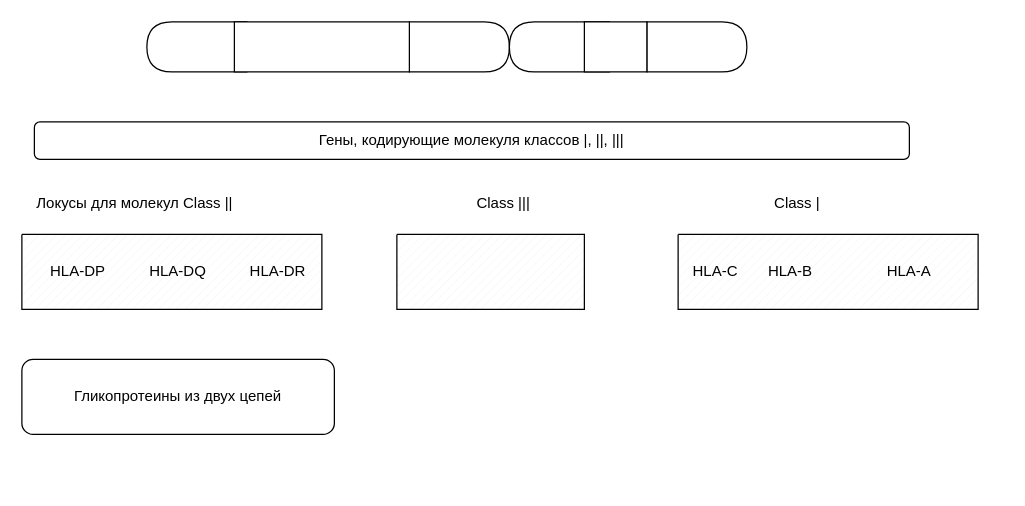
Before: HLA-cells.drawio in lissa3/menubar, a draw.io diagram. Source tidied: cells renumbered, new cells numbered last; positions are measured from the earlier drawing's top-left corner, leaving out a move shared by most shapes. Both pictures are drawn from the tidied source at 125%, with x=0, y=0 at pixel (21, 21).
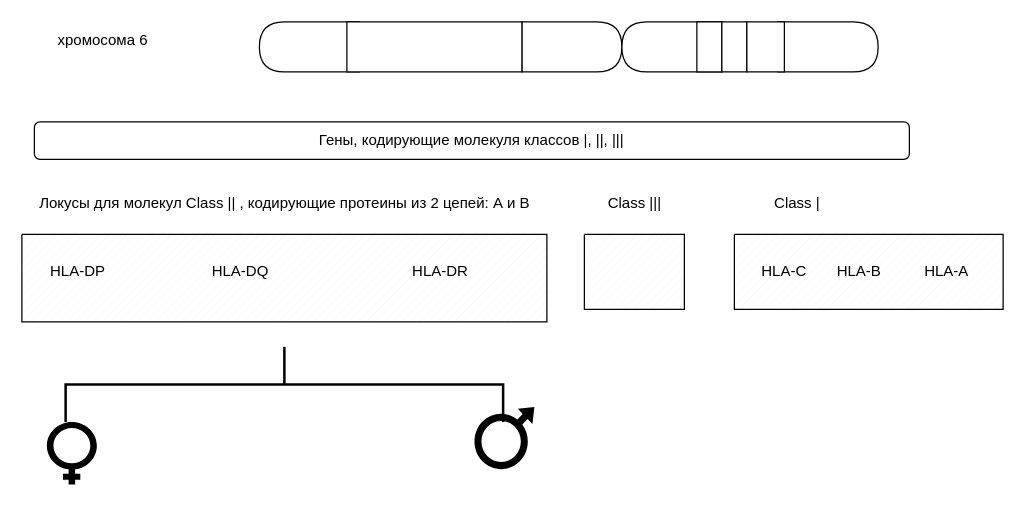
After the change.

The edit, as a diff of the source:
```diff
@@
-    <mxCell id="2" style="shape=delay;whiteSpace=wrap;html=1;" parent="1" vertex="1">
-      <mxGeometry x="310" width="80" height="40" as="geometry" />
-    </mxCell>
-    <mxCell id="3" style="shape=delay;whiteSpace=wrap;html=1;direction=west;" parent="1" vertex="1">
-      <mxGeometry x="100" width="80" height="40" as="geometry" />
-    </mxCell>
-    <mxCell id="4" style="verticalLabelPosition=bottom;verticalAlign=top;html=1;shape=mxgraph.basic.rect;fillColor2=none;strokeWidth=1;size=20;indent=5;" parent="1" vertex="1">
-      <mxGeometry x="170" width="140" height="40" as="geometry" />
-    </mxCell>
-    <mxCell id="5" style="shape=delay;whiteSpace=wrap;html=1;" parent="1" vertex="1">
-      <mxGeometry x="500" width="80" height="40" as="geometry" />
-    </mxCell>
-    <mxCell id="6" style="shape=delay;whiteSpace=wrap;html=1;direction=west;" parent="1" vertex="1">
-      <mxGeometry x="390" width="80" height="40" as="geometry" />
-    </mxCell>
-    <mxCell id="7" style="verticalLabelPosition=bottom;verticalAlign=top;html=1;shape=mxgraph.basic.rect;fillColor2=none;strokeWidth=1;size=20;indent=5;" parent="1" vertex="1">
-      <mxGeometry x="450" width="50" height="40" as="geometry" />
-    </mxCell>
     <mxCell id="8" style="verticalLabelPosition=bottom;verticalAlign=top;html=1;shape=mxgraph.basic.patternFillRect;fillStyle=diag;step=5;fillStrokeWidth=0.2;fillStrokeColor=#dddddd;" parent="1" vertex="1">
-      <mxGeometry y="170" width="240" height="60" as="geometry" />
+      <mxGeometry y="170" width="420" height="70" as="geometry" />
     </mxCell>
     <mxCell id="9" style="verticalLabelPosition=bottom;verticalAlign=top;html=1;shape=mxgraph.basic.patternFillRect;fillStyle=diag;step=5;fillStrokeWidth=0.2;fillStrokeColor=#dddddd;" parent="1" vertex="1">
-      <mxGeometry x="300" y="170" width="150" height="60" as="geometry" />
+      <mxGeometry x="450" y="170" width="80" height="60" as="geometry" />
     </mxCell>
     <mxCell id="10" style="verticalLabelPosition=bottom;verticalAlign=top;html=1;shape=mxgraph.basic.patternFillRect;fillStyle=diag;step=5;fillStrokeWidth=0.2;fillStrokeColor=#dddddd;" parent="1" vertex="1">
-      <mxGeometry x="525" y="170" width="240" height="60" as="geometry" />
+      <mxGeometry x="570" y="170" width="215" height="60" as="geometry" />
     </mxCell>
     <mxCell id="11" value="Class |||" style="text;html=1;align=center;verticalAlign=middle;strokeColor=none;fillColor=none;" parent="1" vertex="1">
-      <mxGeometry x="350" y="130" width="70" height="30" as="geometry" />
+      <mxGeometry x="455" y="130" width="70" height="30" as="geometry" />
     </mxCell>
@@
-    <mxCell id="13" value="Локусы для молекул Class ||" style="text;html=1;align=center;verticalAlign=middle;strokeColor=none;fillColor=none;" parent="1" vertex="1">
-      <mxGeometry y="130" width="180" height="30" as="geometry" />
+    <mxCell id="13" value="Локусы для молекул Class || , кодирующие протеины из 2 цепей: А и В" style="text;html=1;align=center;verticalAlign=middle;strokeColor=none;fillColor=none;" parent="1" vertex="1">
+      <mxGeometry y="130" width="420" height="30" as="geometry" />
     </mxCell>
@@
     <mxCell id="15" value="HLA-DQ" style="text;html=1;align=center;verticalAlign=middle;whiteSpace=wrap;rounded=0;" parent="1" vertex="1">
-      <mxGeometry x="90" y="185" width="70" height="30" as="geometry" />
+      <mxGeometry x="140" y="185" width="70" height="30" as="geometry" />
     </mxCell>
     <mxCell id="16" value="HLA-DR" style="text;html=1;align=center;verticalAlign=middle;whiteSpace=wrap;rounded=0;" parent="1" vertex="1">
-      <mxGeometry x="170" y="185" width="70" height="30" as="geometry" />
+      <mxGeometry x="300" y="185" width="70" height="30" as="geometry" />
     </mxCell>
     <mxCell id="17" value="HLA-C" style="text;html=1;align=center;verticalAlign=middle;whiteSpace=wrap;rounded=0;" parent="1" vertex="1">
-      <mxGeometry x="525" y="185" width="60" height="30" as="geometry" />
+      <mxGeometry x="580" y="185" width="60" height="30" as="geometry" />
     </mxCell>
     <mxCell id="18" value="HLA-B" style="text;html=1;align=center;verticalAlign=middle;whiteSpace=wrap;rounded=0;" parent="1" vertex="1">
-      <mxGeometry x="585" y="185" width="60" height="30" as="geometry" />
+      <mxGeometry x="640" y="185" width="60" height="30" as="geometry" />
     </mxCell>
     <mxCell id="19" value="HLA-A" style="text;html=1;align=center;verticalAlign=middle;whiteSpace=wrap;rounded=0;" parent="1" vertex="1">
-      <mxGeometry x="680" y="185" width="60" height="30" as="geometry" />
+      <mxGeometry x="710" y="185" width="60" height="30" as="geometry" />
     </mxCell>
@@
-    <mxCell id="21" value="Гликопротеины из двух цепей" style="rounded=1;whiteSpace=wrap;html=1;" parent="1" vertex="1">
-      <mxGeometry y="270" width="250" height="60" as="geometry" />
-    </mxCell>
+    <mxCell id="22" value="хромосома 6" style="text;html=1;align=center;verticalAlign=middle;whiteSpace=wrap;rounded=0;" parent="1" vertex="1">
+      <mxGeometry width="130" height="30" as="geometry" />
+    </mxCell>
+    <mxCell id="23" style="shape=delay;whiteSpace=wrap;html=1;" parent="1" vertex="1">
+      <mxGeometry x="400" width="80" height="40" as="geometry" />
+    </mxCell>
+    <mxCell id="24" style="shape=delay;whiteSpace=wrap;html=1;direction=west;" parent="1" vertex="1">
+      <mxGeometry x="190" width="80" height="40" as="geometry" />
+    </mxCell>
+    <mxCell id="25" style="verticalLabelPosition=bottom;verticalAlign=top;html=1;shape=mxgraph.basic.rect;fillColor2=none;strokeWidth=1;size=20;indent=5;" parent="1" vertex="1">
+      <mxGeometry x="260" width="140" height="40" as="geometry" />
+    </mxCell>
+    <mxCell id="26" style="shape=delay;whiteSpace=wrap;html=1;" parent="1" vertex="1">
+      <mxGeometry x="605" width="80" height="40" as="geometry" />
+    </mxCell>
+    <mxCell id="27" style="shape=delay;whiteSpace=wrap;html=1;direction=west;" parent="1" vertex="1">
+      <mxGeometry x="480" width="80" height="40" as="geometry" />
+    </mxCell>
+    <mxCell id="28" style="verticalLabelPosition=bottom;verticalAlign=top;html=1;shape=mxgraph.basic.rect;fillColor2=none;strokeWidth=1;size=20;indent=5;" parent="1" vertex="1">
+      <mxGeometry x="540" width="20" height="40" as="geometry" />
+    </mxCell>
+    <mxCell id="29" style="verticalLabelPosition=bottom;verticalAlign=top;html=1;shape=mxgraph.basic.rect;fillColor2=none;strokeWidth=1;size=20;indent=5;" parent="1" vertex="1">
+      <mxGeometry x="560" width="20" height="40" as="geometry" />
+    </mxCell>
+    <mxCell id="30" style="verticalLabelPosition=bottom;verticalAlign=top;html=1;shape=mxgraph.basic.rect;fillColor2=none;strokeWidth=1;size=20;indent=5;" parent="1" vertex="1">
+      <mxGeometry x="580" width="30" height="40" as="geometry" />
+    </mxCell>
+    <mxCell id="31" style="strokeWidth=2;html=1;shape=mxgraph.flowchart.annotation_2;align=left;labelPosition=right;direction=south;" parent="1" vertex="1">
+      <mxGeometry x="35" y="260" width="350" height="60" as="geometry" />
+    </mxCell>
+    <mxCell id="32" style="shape=mxgraph.signs.people.female;html=1;fillColor=#000000;strokeColor=none;verticalLabelPosition=bottom;verticalAlign=top;align=center;" parent="1" vertex="1">
+      <mxGeometry x="20" y="320" width="40" height="50" as="geometry" />
+    </mxCell>
+    <mxCell id="33" style="shape=mxgraph.signs.people.male;html=1;fillColor=#000000;strokeColor=none;verticalLabelPosition=bottom;verticalAlign=top;align=center;" parent="1" vertex="1">
+      <mxGeometry x="360" y="308" width="50" height="52" as="geometry" />
+    </mxCell>
```
